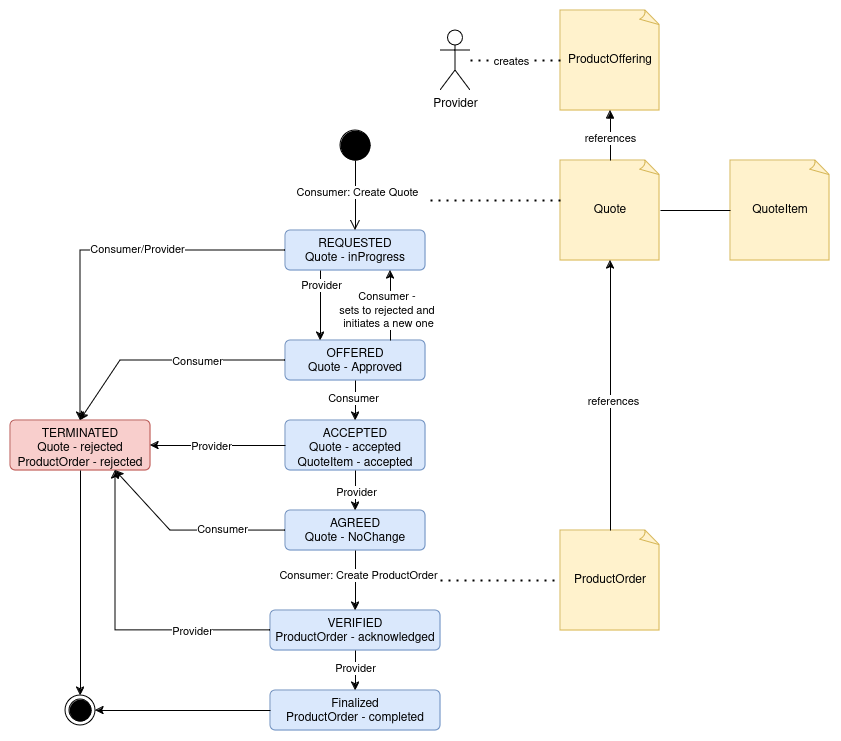
Earlier version of the draw.io export doc/img/idsa-tmf-state-machine.png (FIWARE/data-space-connector). Source tidied: cells renumbered, new cells last; positions are measured from the earlier drawing's top-left corner, leaving out a move shared by most shapes.
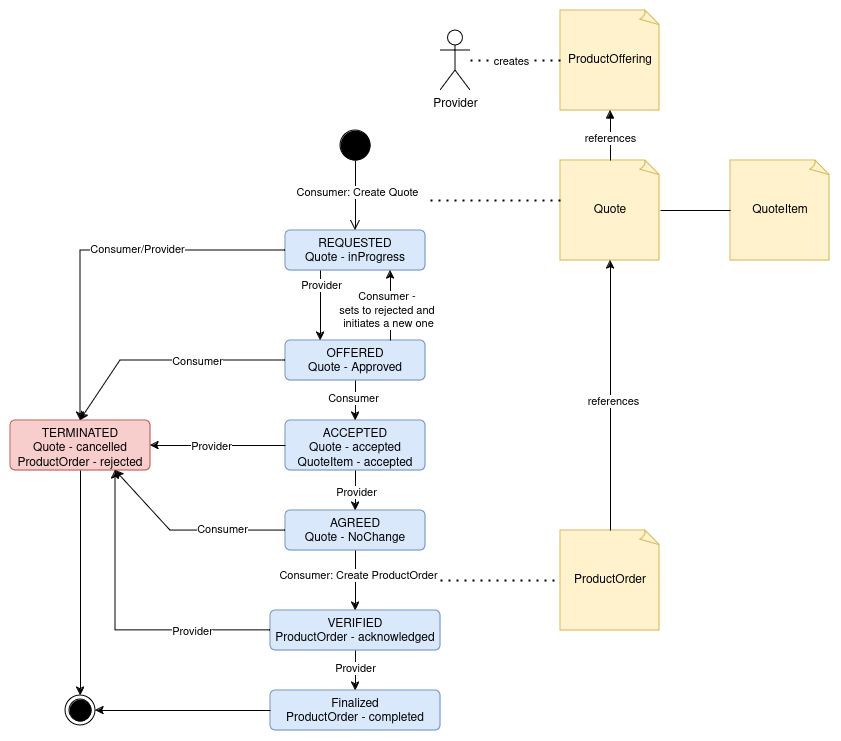
The same diagram one commit later.

Diff of the diagram source:
```diff
@@ -105,7 +105,7 @@
     <mxCell id="31" value="Provider" style="edgeLabel;html=1;align=center;verticalAlign=middle;" parent="30" vertex="1">
       <mxGeometry x="-0.15" y="-1" relative="1" as="geometry" />
     </mxCell>
-    <mxCell id="32" value="&lt;div&gt;TERMINATED&lt;/div&gt;&lt;div&gt;Quote - rejected&lt;/div&gt;&lt;div&gt;ProductOrder - rejected&lt;br&gt;&lt;/div&gt;&lt;div&gt;&lt;br&gt;&lt;/div&gt;" style="html=1;align=center;verticalAlign=top;rounded=1;absoluteArcSize=1;arcSize=10;dashed=0;whiteSpace=wrap;fillColor=#f8cecc;strokeColor=#b85450;" parent="1" vertex="1">
+    <mxCell id="32" value="&lt;div&gt;TERMINATED&lt;/div&gt;&lt;div&gt;Quote - cancelled&lt;/div&gt;&lt;div&gt;ProductOrder - rejected&lt;br&gt;&lt;/div&gt;&lt;div&gt;&lt;br&gt;&lt;/div&gt;" style="html=1;align=center;verticalAlign=top;rounded=1;absoluteArcSize=1;arcSize=10;dashed=0;whiteSpace=wrap;fillColor=#f8cecc;strokeColor=#b85450;" parent="1" vertex="1">
       <mxGeometry y="410" width="140" height="50" as="geometry" />
     </mxCell>
     <mxCell id="33" style="endArrow=classic;html=1;rounded=0;exitX=0;exitY=0.5;exitDx=0;exitDy=0;entryX=0.5;entryY=0;entryDx=0;entryDy=0;" parent="1" edge="1" source="4" target="32">
```
